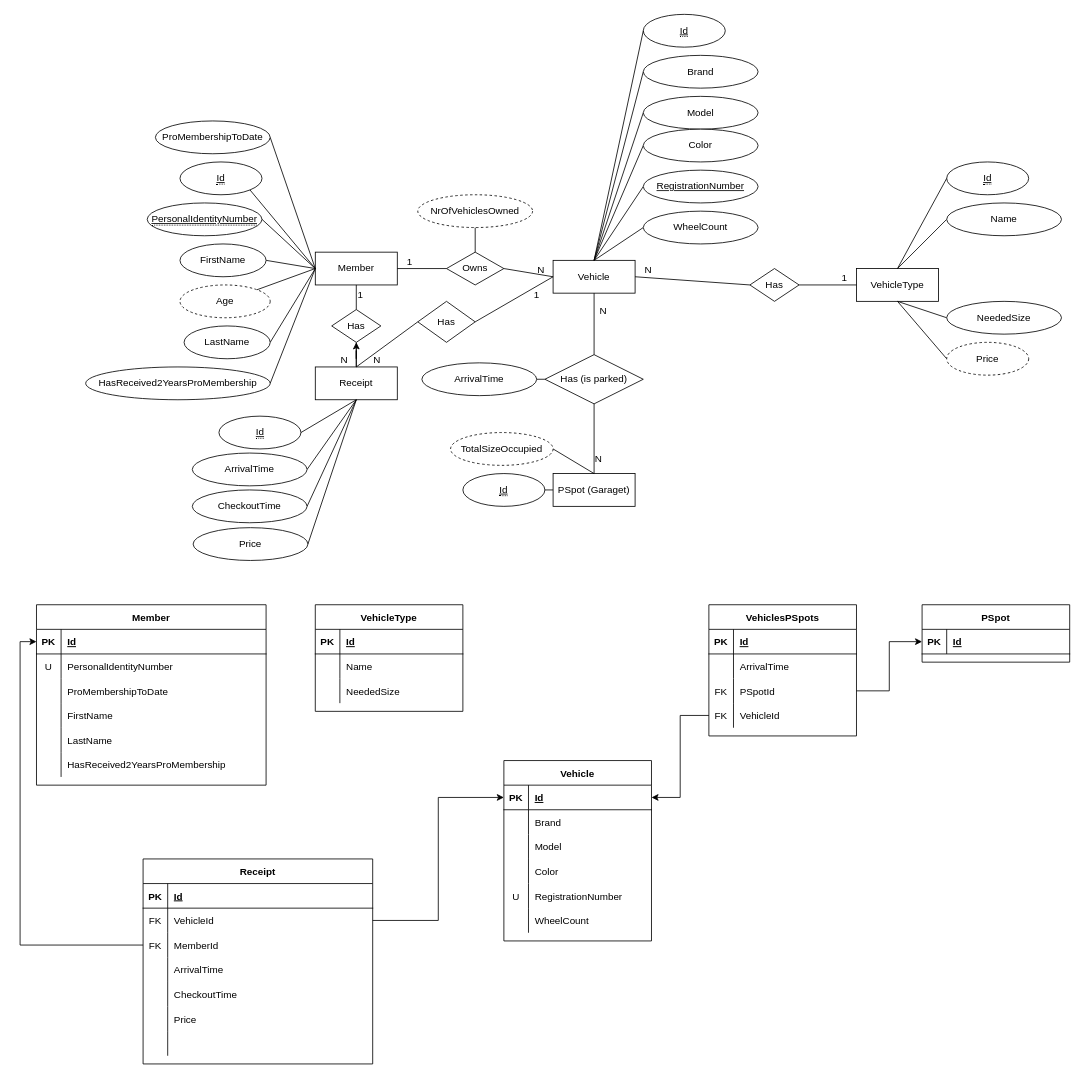
Earlier version of the draw.io diagram MVCGarage/DrawIO/ERGarage.drawio (mskogfeldt/MVCGarage). Source tidied: cells renumbered, new cells numbered last; positions are measured from the earlier drawing's top-left corner, leaving out a move shared by most shapes. Both pictures are drawn from the tidied source at 82%, with x=0, y=0 at pixel (36, 14).
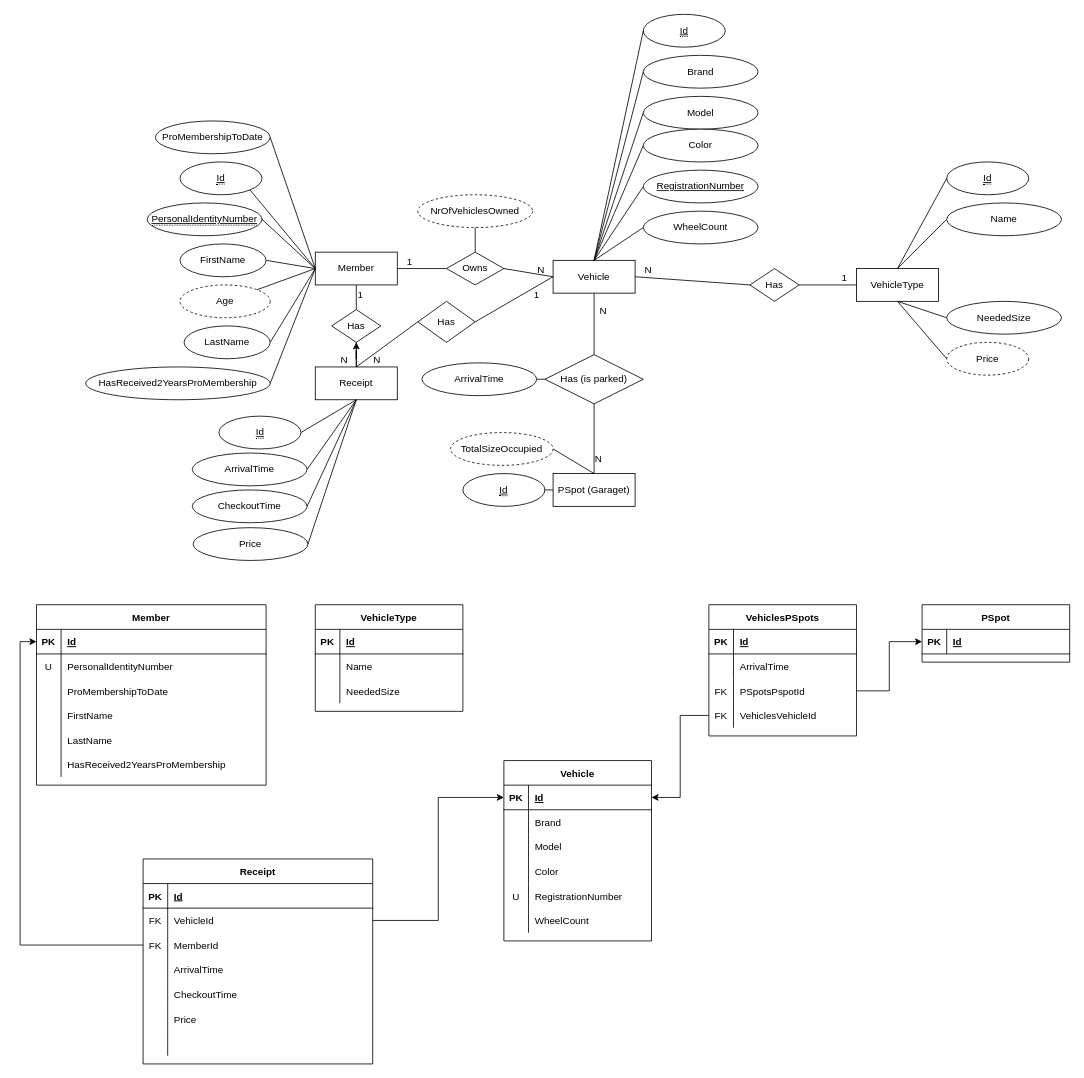
The same diagram, later.

Unchanged cells that the change refers to:
```xml
<mxCell id="143" style="shape=tableRow;horizontal=0;startSize=0;swimlaneHead=0;swimlaneBody=0;fillColor=none;points=[[0,0.5],[1,0.5]];portConstraint=eastwest;top=0;left=0;right=0;bottom=0;" parent="136" vertex="1">
  <mxGeometry y="90" width="180" height="30" as="geometry" />
</mxCell>
<mxCell id="146" style="shape=tableRow;horizontal=0;startSize=0;swimlaneHead=0;swimlaneBody=0;fillColor=none;points=[[0,0.5],[1,0.5]];portConstraint=eastwest;top=0;left=0;right=0;bottom=0;" parent="136" vertex="1">
  <mxGeometry y="120" width="180" height="30" as="geometry" />
</mxCell>
```

The edit, as a diff of the source:
```diff
@@
-    <mxCell id="145" value="PSpotId" style="shape=partialRectangle;fillColor=none;top=0;left=0;bottom=0;right=0;align=left;spacingLeft=6;fontStyle=0;overflow=hidden;" parent="143" vertex="1">
+    <mxCell id="145" value="PSpotsPspotId" style="shape=partialRectangle;fillColor=none;top=0;left=0;bottom=0;right=0;align=left;spacingLeft=6;fontStyle=0;overflow=hidden;" parent="143" vertex="1">
       <mxGeometry x="30" width="150" height="30" as="geometry" />
     </mxCell>
@@
-    <mxCell id="148" value="VehicleId" style="shape=partialRectangle;fillColor=none;top=0;left=0;bottom=0;right=0;align=left;spacingLeft=6;fontStyle=0;overflow=hidden;" parent="146" vertex="1">
+    <mxCell id="148" value="VehiclesVehicleId" style="shape=partialRectangle;fillColor=none;top=0;left=0;bottom=0;right=0;align=left;spacingLeft=6;fontStyle=0;overflow=hidden;" parent="146" vertex="1">
       <mxGeometry x="30" width="150" height="30" as="geometry" />
     </mxCell>
```
